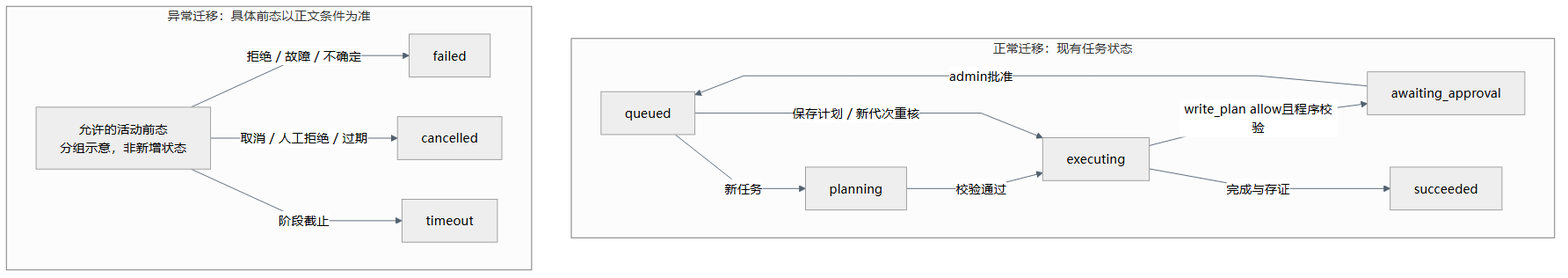
Above: 内容/第二版-智能体升级/多智能体协作建设/技术选型与架构设计/diagrams/task-state.png in Cyan-carp/PowerSystem (Mermaid), before the change. Its source is kept beside it as 内容/第二版-智能体升级/多智能体协作建设/技术选型与架构设计/diagrams/task-state.mmd.
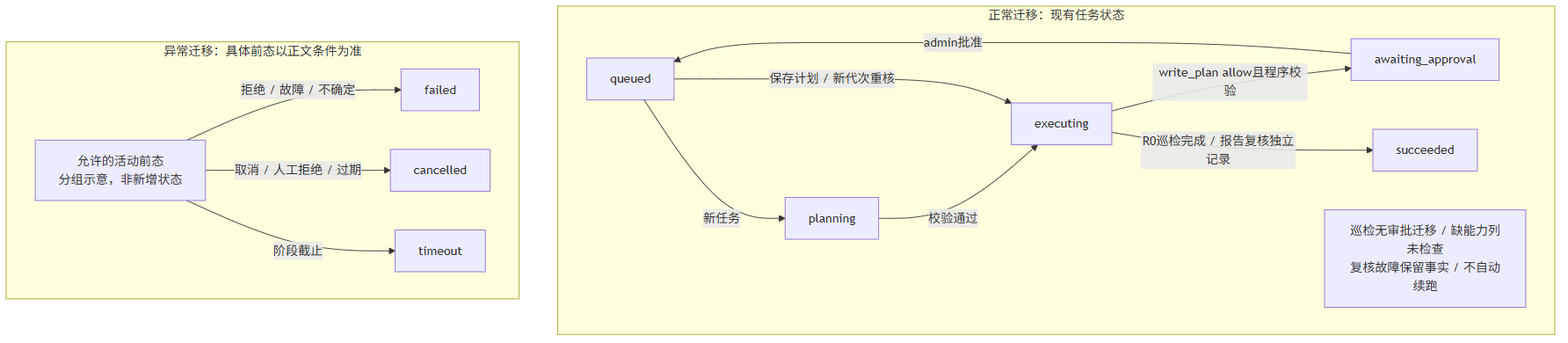
After the change.

What changed in the source:
```diff
@@ -6,7 +6,8 @@
     executing -->|"write_plan allow且程序校验"| awaiting_approval
     awaiting_approval -->|"admin批准"| queued
     queued -->|"保存计划 / 新代次重核"| executing
-    executing -->|"完成与存证"| succeeded
+    executing -->|"R0巡检完成 / 报告复核独立记录"| succeeded
+    Note["巡检无审批迁移 / 缺能力列未检查<br/>复核故障保留事实 / 不自动续跑"]
   end
   subgraph Exceptions["异常迁移：具体前态以正文条件为准"]
     direction LR
```
